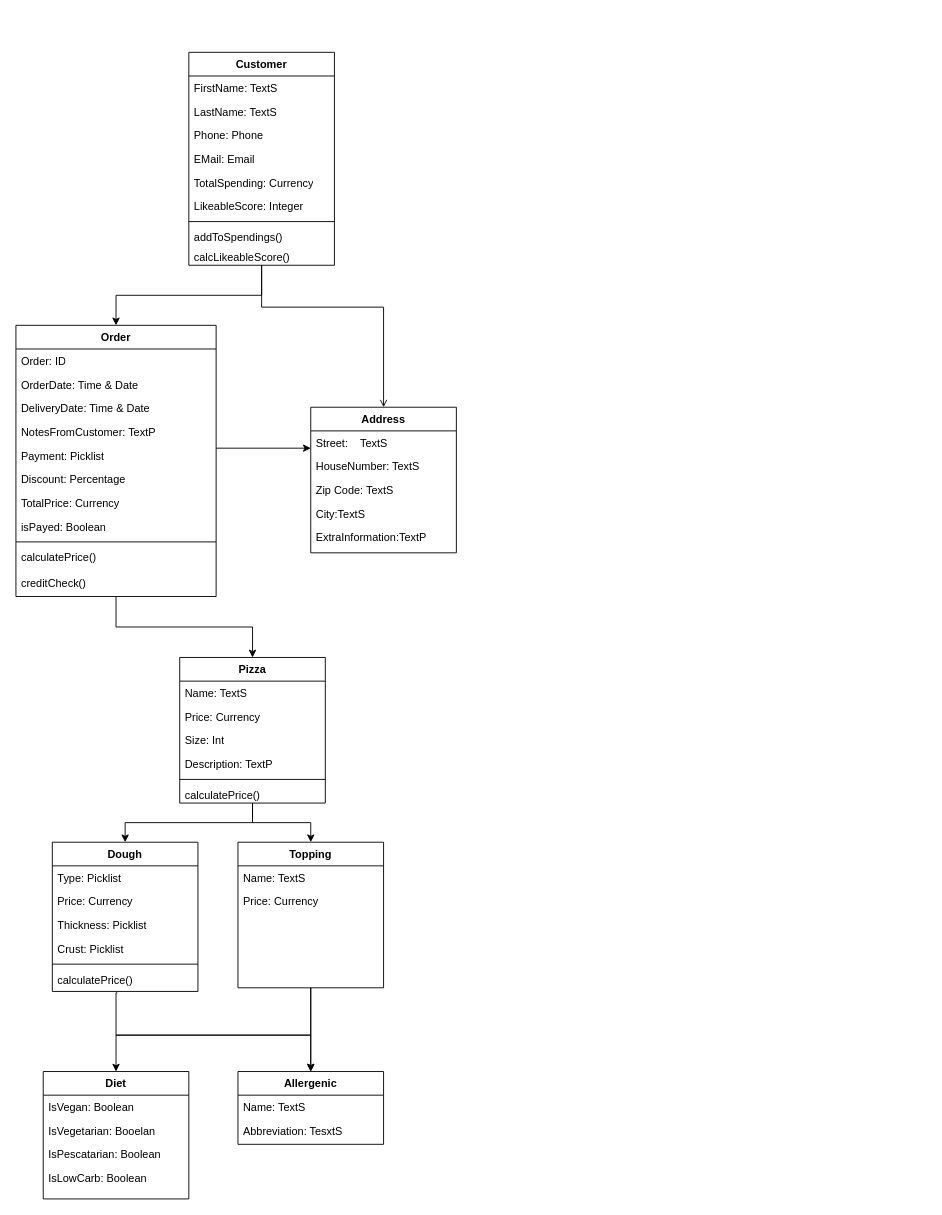
Above: PegaPizza.drawio in MBundel/Pega-Pizza (draw.io), before the change. Source tidied: cells renumbered, new cells numbered last; positions are measured from the earlier drawing's top-left corner, leaving out a move shared by most shapes. Both pictures are drawn from the tidied source at 91%, with x=0, y=0 at pixel (15, 52).
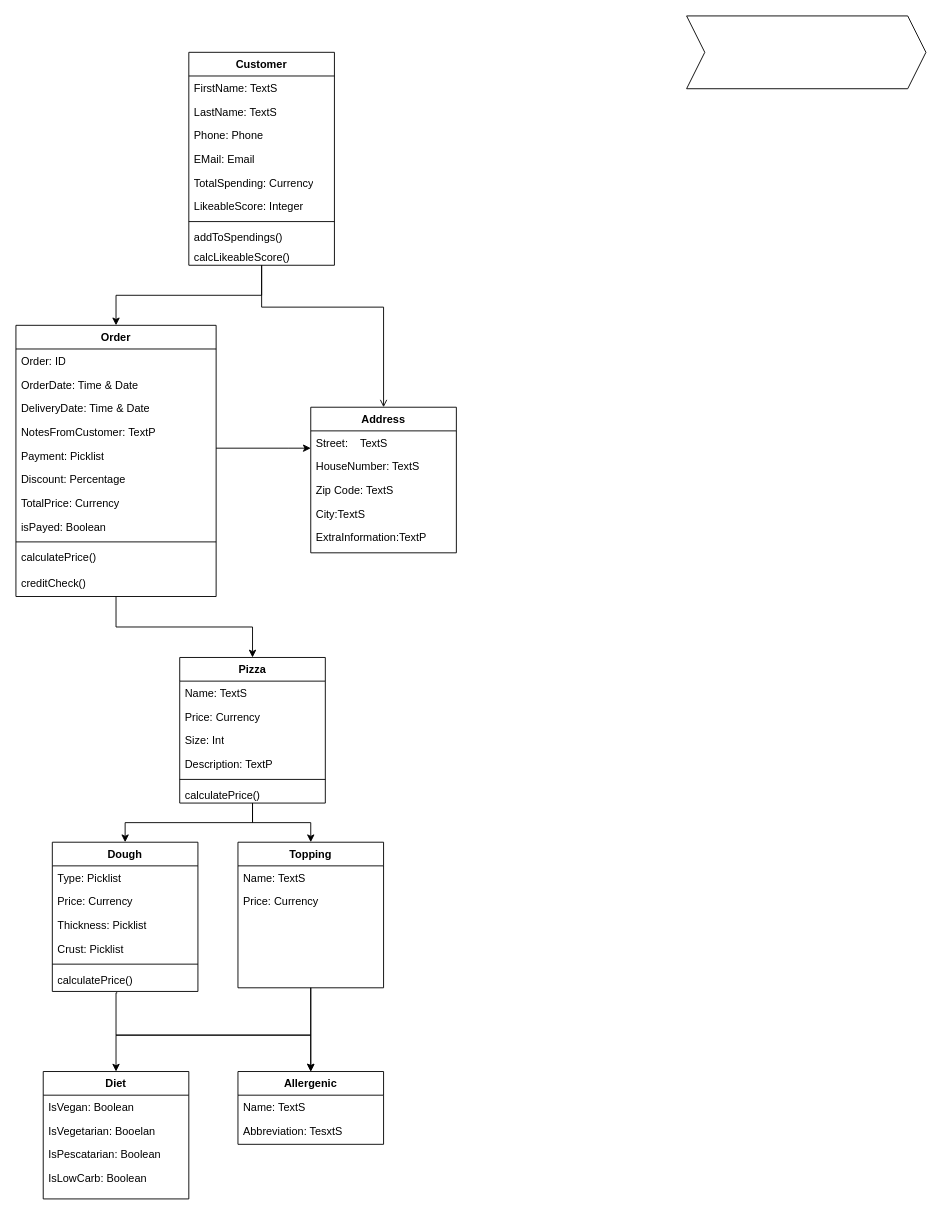
The same page after the edit.

What changed in the source:
```diff
@@
+    <mxCell id="64" style="shape=step;perimeter=stepPerimeter;whiteSpace=wrap;html=1;fixedSize=1;" parent="1" vertex="1">
+      <mxGeometry x="737" y="-40" width="263" height="80" as="geometry" />
+    </mxCell>
```
